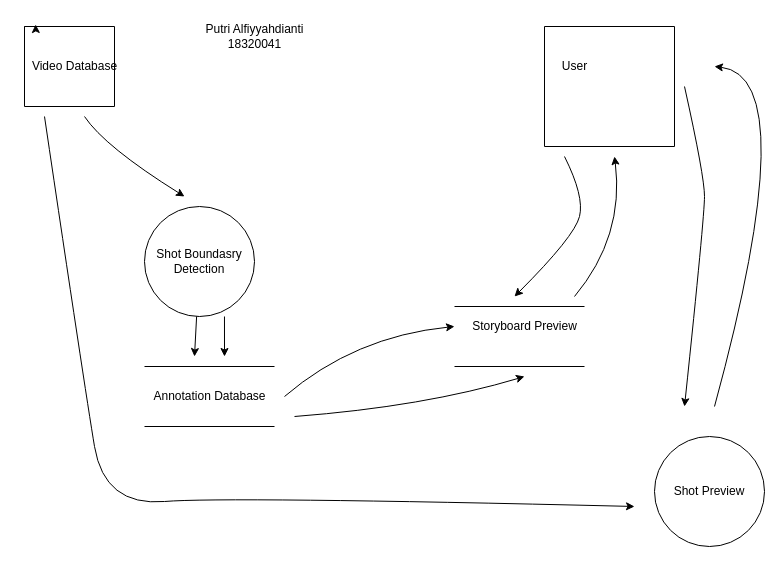
Above: Latihan 4 PMC.drawio in alfiyya/Latihan-4- (draw.io), before the change. Source tidied: cells renumbered, new cells numbered last; positions are measured from the earlier drawing's top-left corner, leaving out a move shared by most shapes. Both pictures are drawn from the tidied source at 100%, with x=0, y=0 at pixel (24, 21).
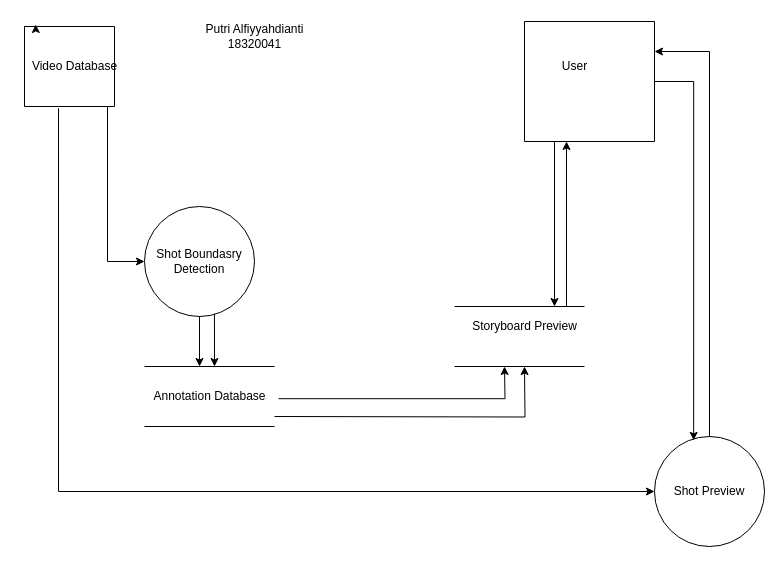
The same diagram, later.

The change refers to these unchanged cells:
```xml
<mxCell id="2" style="swimlane;startSize=0;" parent="1" vertex="1">
  <mxGeometry y="5" width="90" height="80" as="geometry" />
</mxCell>
<mxCell id="4" value="Shot Boundasry Detection" style="ellipse;whiteSpace=wrap;html=1;" parent="1" vertex="1">
  <mxGeometry x="120" y="185" width="110" height="110" as="geometry" />
</mxCell>
<mxCell id="10" value="Shot Preview" style="ellipse;whiteSpace=wrap;html=1;" parent="1" vertex="1">
  <mxGeometry x="630" y="415" width="110" height="110" as="geometry" />
</mxCell>
<mxCell id="12" value="Annotation Database" style="text;html=1;align=center;verticalAlign=middle;points=[];strokeColor=none;fillColor=none;" parent="1" vertex="1">
  <mxGeometry x="120" y="365" width="130" height="20" as="geometry" />
</mxCell>
```

What changed in the source:
```diff
@@
     <mxCell id="9" style="swimlane;startSize=0;" parent="1" vertex="1">
-      <mxGeometry x="520" y="5" width="130" height="120" as="geometry" />
+      <mxGeometry x="500" width="130" height="120" as="geometry" />
     </mxCell>
@@
-    <mxCell id="15" style="curved=1;endArrow=classic;html=1;rounded=0;" parent="1" edge="1">
-      <mxGeometry relative="1" as="geometry">
-        <mxPoint x="60" y="95" as="sourcePoint" />
-        <mxPoint x="160" y="175" as="targetPoint" />
-        <Array as="points">
-          <mxPoint x="80" y="125" />
-        </Array>
-      </mxGeometry>
+    <mxCell id="15" style="endArrow=classic;html=1;rounded=0;edgeStyle=elbowEdgeStyle;entryX=0;entryY=0.5;entryDx=0;entryDy=0;exitX=0.5;exitY=1;exitDx=0;exitDy=0;" parent="1" edge="1" source="2" target="4">
+      <mxGeometry relative="1" as="geometry" />
     </mxCell>
-    <mxCell id="16" style="endArrow=classic;html=1;rounded=0;" parent="1" edge="1" source="4">
-      <mxGeometry relative="1" as="geometry">
-        <mxPoint x="170" y="335" as="targetPoint" />
-      </mxGeometry>
-    </mxCell>
-    <mxCell id="17" style="curved=1;endArrow=classic;html=1;rounded=0;" parent="1" edge="1">
-      <mxGeometry relative="1" as="geometry">
-        <mxPoint x="20" y="95" as="sourcePoint" />
-        <mxPoint x="610" y="485" as="targetPoint" />
-        <Array as="points">
-          <mxPoint x="60" y="365" />
-          <mxPoint x="80" y="485" />
-          <mxPoint x="200" y="475" />
-        </Array>
-      </mxGeometry>
-    </mxCell>
-    <mxCell id="18" style="endArrow=classic;html=1;rounded=0;exitX=0.727;exitY=1;exitDx=0;exitDy=0;exitPerimeter=0;" parent="1" edge="1" source="4">
+    <mxCell id="18" style="endArrow=classic;html=1;rounded=0;exitX=0.636;exitY=0.976;exitDx=0;exitDy=0;exitPerimeter=0;" parent="1" edge="1" source="4">
       <mxGeometry relative="1" as="geometry">
-        <mxPoint x="200" y="335" as="targetPoint" />
+        <mxPoint x="190" y="345" as="targetPoint" />
       </mxGeometry>
     </mxCell>
-    <mxCell id="19" style="curved=1;endArrow=classic;html=1;rounded=0;" parent="1" edge="1">
-      <mxGeometry relative="1" as="geometry">
-        <mxPoint x="260" y="375" as="sourcePoint" />
-        <mxPoint x="430" y="305" as="targetPoint" />
-        <Array as="points">
-          <mxPoint x="330" y="315" />
-        </Array>
-      </mxGeometry>
-    </mxCell>
-    <mxCell id="20" style="curved=1;endArrow=classic;html=1;rounded=0;" parent="1" edge="1">
+    <mxCell id="20" style="endArrow=classic;html=1;rounded=0;edgeStyle=orthogonalEdgeStyle;" parent="1" edge="1">
       <mxGeometry relative="1" as="geometry">
-        <mxPoint x="270" y="395" as="sourcePoint" />
-        <mxPoint x="500" y="355" as="targetPoint" />
-        <Array as="points">
-          <mxPoint x="400" y="385" />
-        </Array>
+        <mxPoint x="250" y="395" as="sourcePoint" />
+        <mxPoint x="500" y="345" as="targetPoint" />
       </mxGeometry>
     </mxCell>
-    <mxCell id="21" style="curved=1;endArrow=classic;html=1;rounded=0;" parent="1" edge="1">
-      <mxGeometry relative="1" as="geometry">
-        <mxPoint x="690" y="385" as="sourcePoint" />
-        <mxPoint x="690" y="45" as="targetPoint" />
-        <Array as="points">
-          <mxPoint x="780" y="55" />
-        </Array>
-      </mxGeometry>
+    <mxCell id="21" style="endArrow=classic;html=1;rounded=0;edgeStyle=orthogonalEdgeStyle;entryX=1;entryY=0.25;entryDx=0;entryDy=0;" parent="1" edge="1" source="10" target="9">
+      <mxGeometry relative="1" as="geometry" />
     </mxCell>
-    <mxCell id="22" style="curved=1;endArrow=classic;html=1;rounded=0;" parent="1" edge="1">
-      <mxGeometry relative="1" as="geometry">
-        <mxPoint x="660" y="65" as="sourcePoint" />
-        <mxPoint x="660" y="385" as="targetPoint" />
-        <Array as="points">
-          <mxPoint x="680" y="155" />
-          <mxPoint x="680" y="195" />
-        </Array>
-      </mxGeometry>
-    </mxCell>
-    <mxCell id="23" style="curved=1;endArrow=classic;html=1;rounded=0;" parent="1" edge="1">
-      <mxGeometry relative="1" as="geometry">
-        <mxPoint x="550" y="275" as="sourcePoint" />
-        <mxPoint x="590" y="135" as="targetPoint" />
-        <Array as="points">
-          <mxPoint x="600" y="215" />
-        </Array>
-      </mxGeometry>
-    </mxCell>
-    <mxCell id="24" style="curved=1;endArrow=classic;html=1;rounded=0;" parent="1" edge="1">
-      <mxGeometry relative="1" as="geometry">
-        <mxPoint x="540" y="135" as="sourcePoint" />
-        <mxPoint x="490" y="275" as="targetPoint" />
-        <Array as="points">
-          <mxPoint x="560" y="175" />
-          <mxPoint x="550" y="215" />
-        </Array>
-      </mxGeometry>
-    </mxCell>
@@
+    <mxCell id="26" style="endArrow=classic;html=1;rounded=0;entryX=0;entryY=0.5;entryDx=0;entryDy=0;exitX=0.378;exitY=1.023;exitDx=0;exitDy=0;exitPerimeter=0;edgeStyle=elbowEdgeStyle;" parent="1" edge="1" source="2" target="10">
+      <mxGeometry relative="1" as="geometry">
+        <Array as="points">
+          <mxPoint x="34" y="335" />
+        </Array>
+      </mxGeometry>
+    </mxCell>
+    <mxCell id="27" style="endArrow=classic;html=1;rounded=0;exitX=0.5;exitY=1;exitDx=0;exitDy=0;" parent="1" edge="1" source="4">
+      <mxGeometry relative="1" as="geometry">
+        <mxPoint x="175" y="345" as="targetPoint" />
+      </mxGeometry>
+    </mxCell>
+    <mxCell id="28" style="endArrow=classic;html=1;rounded=0;exitX=1.031;exitY=0.61;exitDx=0;exitDy=0;exitPerimeter=0;edgeStyle=orthogonalEdgeStyle;" parent="1" edge="1" source="12">
+      <mxGeometry relative="1" as="geometry">
+        <mxPoint x="480" y="345" as="targetPoint" />
+      </mxGeometry>
+    </mxCell>
+    <mxCell id="29" style="endArrow=classic;html=1;rounded=0;exitX=1;exitY=0.5;exitDx=0;exitDy=0;entryX=0.356;entryY=0.035;entryDx=0;entryDy=0;entryPerimeter=0;edgeStyle=orthogonalEdgeStyle;" parent="1" edge="1" source="9" target="10">
+      <mxGeometry relative="1" as="geometry" />
+    </mxCell>
+    <mxCell id="30" style="endArrow=classic;html=1;rounded=0;edgeStyle=orthogonalEdgeStyle;" parent="1" edge="1">
+      <mxGeometry relative="1" as="geometry">
+        <mxPoint x="540" y="285" as="sourcePoint" />
+        <mxPoint x="542" y="120" as="targetPoint" />
+        <Array as="points">
+          <mxPoint x="542" y="285" />
+        </Array>
+      </mxGeometry>
+    </mxCell>
+    <mxCell id="31" style="endArrow=classic;html=1;rounded=0;edgeStyle=orthogonalEdgeStyle;" parent="1" edge="1" source="9">
+      <mxGeometry relative="1" as="geometry">
+        <mxPoint x="530" y="285" as="targetPoint" />
+        <Array as="points">
+          <mxPoint x="530" y="285" />
+        </Array>
+      </mxGeometry>
+    </mxCell>
```
